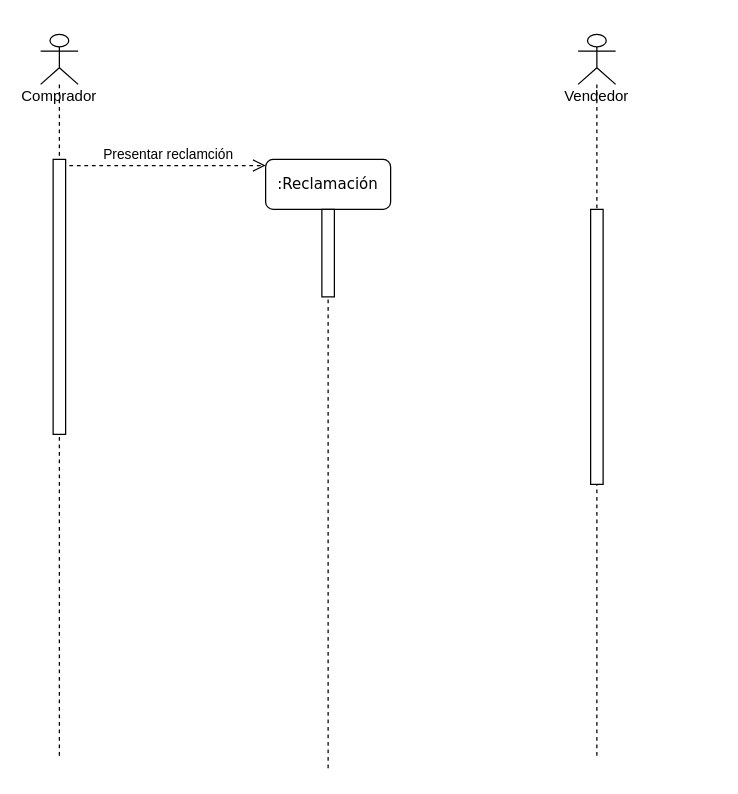
Before: lab5.drawio in AyobAsroutVargas/lab1, a draw.io diagram. Source tidied: cells renumbered, new cells numbered last; positions are measured from the earlier drawing's top-left corner, leaving out a move shared by most shapes. Both pictures are drawn from the tidied source at 125%, with x=0, y=0 at pixel (40, 34).
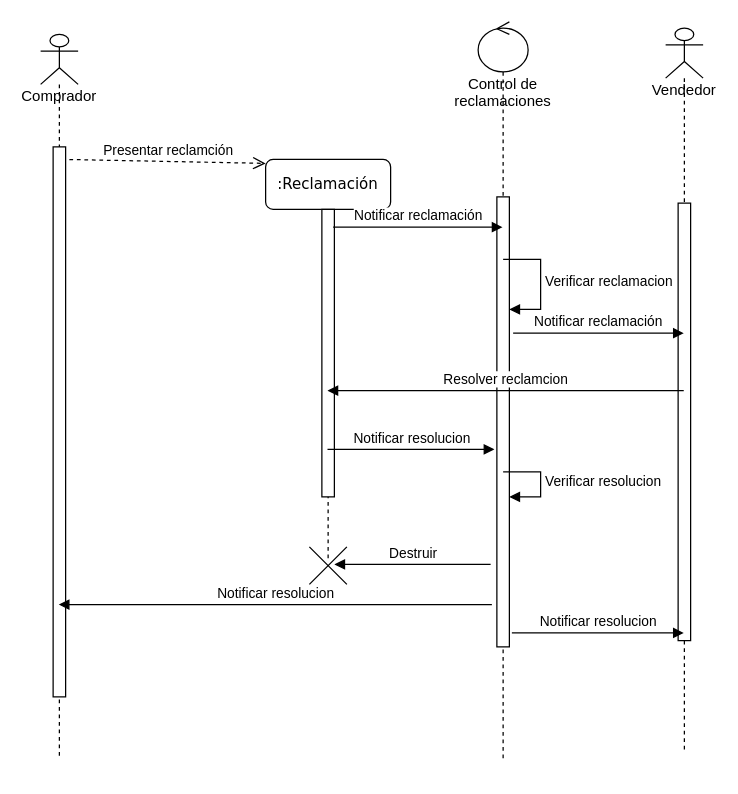
Above is the later version.

The change refers to these unchanged cells:
```xml
<mxCell id="4" value="Comprador" style="shape=umlLifeline;participant=umlActor;perimeter=lifelinePerimeter;whiteSpace=wrap;html=1;verticalAlign=top;spacingTop=36;outlineConnect=0;" parent="1" vertex="1">
  <mxGeometry width="30" height="580" as="geometry" />
</mxCell>
```

Change to the diagram source:
```diff
@@
     <mxCell id="2" value=":Reclamación" style="shape=umlLifeline;perimeter=lifelinePerimeter;whiteSpace=wrap;html=1;outlineConnect=0;rounded=1;shadow=0;comic=0;labelBackgroundColor=none;strokeWidth=1;fontFamily=Verdana;fontSize=12;align=center;" parent="1" vertex="1">
-      <mxGeometry x="180" y="100" width="100" height="490" as="geometry" />
+      <mxGeometry x="180" y="100" width="100" height="320" as="geometry" />
     </mxCell>
     <mxCell id="3" style="html=1;points=[];perimeter=orthogonalPerimeter;rounded=0;shadow=0;comic=0;labelBackgroundColor=none;strokeWidth=1;fontFamily=Verdana;fontSize=12;align=center;" parent="2" vertex="1">
-      <mxGeometry x="45" y="40" width="10" height="70" as="geometry" />
+      <mxGeometry x="45" y="40" width="10" height="230" as="geometry" />
     </mxCell>
@@
     <mxCell id="5" style="html=1;points=[];perimeter=orthogonalPerimeter;rounded=0;shadow=0;comic=0;labelBackgroundColor=none;strokeWidth=1;fontFamily=Verdana;fontSize=12;align=center;" parent="4" vertex="1">
-      <mxGeometry x="10" y="100" width="10" height="220" as="geometry" />
+      <mxGeometry x="10" y="90" width="10" height="440" as="geometry" />
     </mxCell>
     <mxCell id="6" value="Vendedor" style="shape=umlLifeline;participant=umlActor;perimeter=lifelinePerimeter;whiteSpace=wrap;html=1;verticalAlign=top;spacingTop=36;outlineConnect=0;" parent="1" vertex="1">
-      <mxGeometry x="430" width="30" height="580" as="geometry" />
+      <mxGeometry x="500" y="-5" width="30" height="580" as="geometry" />
     </mxCell>
     <mxCell id="7" style="html=1;perimeter=orthogonalPerimeter;rounded=0;shadow=0;comic=0;labelBackgroundColor=none;strokeWidth=1;fontFamily=Verdana;fontSize=12;align=center;" parent="6" vertex="1">
-      <mxGeometry x="10" y="140" width="10" height="220" as="geometry" />
+      <mxGeometry x="10" y="140" width="10" height="350" as="geometry" />
     </mxCell>
@@
+    <mxCell id="9" value="Control de reclamaciones" style="shape=umlLifeline;participant=umlControl;perimeter=lifelinePerimeter;whiteSpace=wrap;html=1;verticalAlign=top;spacingTop=36;outlineConnect=0;" parent="1" vertex="1">
+      <mxGeometry x="350" y="-10" width="40" height="590" as="geometry" />
+    </mxCell>
+    <mxCell id="10" style="html=1;points=[];perimeter=orthogonalPerimeter;rounded=0;shadow=0;comic=0;labelBackgroundColor=none;strokeWidth=1;fontFamily=Verdana;fontSize=12;align=center;" parent="9" vertex="1">
+      <mxGeometry x="15" y="140" width="10" height="360" as="geometry" />
+    </mxCell>
+    <mxCell id="11" value="Verificar reclamacion" style="edgeStyle=orthogonalEdgeStyle;html=1;align=left;spacingLeft=2;endArrow=block;rounded=0;" parent="9" edge="1">
+      <mxGeometry relative="1" as="geometry">
+        <mxPoint x="20" y="190" as="sourcePoint" />
+        <mxPoint x="25" y="230" as="targetPoint" />
+        <Array as="points">
+          <mxPoint x="50" y="190" />
+          <mxPoint x="50" y="230" />
+          <mxPoint x="25" y="230" />
+        </Array>
+      </mxGeometry>
+    </mxCell>
+    <mxCell id="12" value="Verificar resolucion" style="edgeStyle=orthogonalEdgeStyle;html=1;align=left;spacingLeft=2;endArrow=block;rounded=0;entryX=1;entryY=0;" parent="9" edge="1">
+      <mxGeometry relative="1" as="geometry">
+        <mxPoint x="20" y="360" as="sourcePoint" />
+        <mxPoint x="25" y="380" as="targetPoint" />
+        <Array as="points">
+          <mxPoint x="50" y="360" />
+        </Array>
+      </mxGeometry>
+    </mxCell>
+    <mxCell id="13" value="Notificar reclamación" style="html=1;verticalAlign=bottom;endArrow=block;exitX=0.9;exitY=0.062;exitDx=0;exitDy=0;exitPerimeter=0;" parent="1" edge="1" source="3" target="9">
+      <mxGeometry relative="1" as="geometry" />
+    </mxCell>
+    <mxCell id="14" value="Notificar reclamación" style="html=1;verticalAlign=bottom;endArrow=block;exitX=1.3;exitY=0.303;exitDx=0;exitDy=0;exitPerimeter=0;" parent="1" edge="1" source="10" target="6">
+      <mxGeometry relative="1" as="geometry" />
+    </mxCell>
+    <mxCell id="15" value="Resolver reclamcion" style="html=1;verticalAlign=bottom;endArrow=block;" parent="1" edge="1" source="6" target="2">
+      <mxGeometry relative="1" as="geometry" />
+    </mxCell>
+    <mxCell id="16" value="Notificar resolucion" style="html=1;verticalAlign=bottom;endArrow=block;entryX=-0.2;entryY=0.561;entryDx=0;entryDy=0;entryPerimeter=0;" parent="1" edge="1" source="2" target="10">
+      <mxGeometry relative="1" as="geometry" />
+    </mxCell>
+    <mxCell id="17" style="shape=umlDestroy;" parent="1" vertex="1">
+      <mxGeometry x="215" y="410" width="30" height="30" as="geometry" />
+    </mxCell>
+    <mxCell id="18" value="Destruir" style="html=1;verticalAlign=bottom;endArrow=block;entryX=0.667;entryY=0.467;entryDx=0;entryDy=0;entryPerimeter=0;" parent="1" edge="1" target="17">
+      <mxGeometry relative="1" as="geometry">
+        <mxPoint x="360" y="424" as="sourcePoint" />
+      </mxGeometry>
+    </mxCell>
+    <mxCell id="19" value="Notificar resolucion" style="html=1;verticalAlign=bottom;endArrow=block;exitX=-0.4;exitY=0.906;exitDx=0;exitDy=0;exitPerimeter=0;" parent="1" edge="1" source="10" target="4">
+      <mxGeometry relative="1" as="geometry" />
+    </mxCell>
+    <mxCell id="20" value="Notificar resolucion" style="html=1;verticalAlign=bottom;endArrow=block;exitX=1.2;exitY=0.969;exitDx=0;exitDy=0;exitPerimeter=0;" parent="1" edge="1" source="10" target="6">
+      <mxGeometry relative="1" as="geometry" />
+    </mxCell>
```
